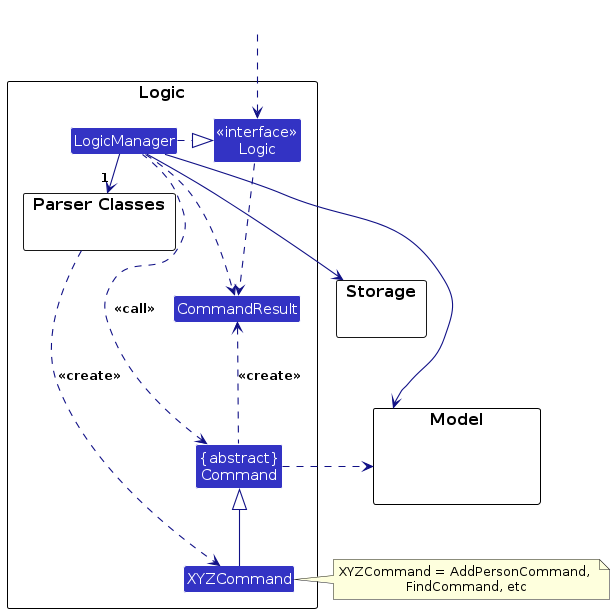
This is diagrams/LogicClassDiagram.png from ram-nush/tp, a PlantUML export, as it was before one commit. Its source is kept beside it as diagrams/LogicClassDiagram.puml.
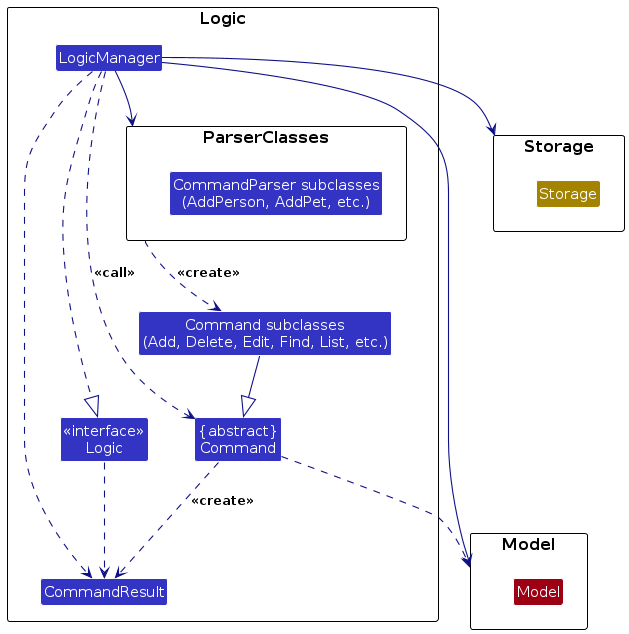
Later version of the same file.

What changed in the source:
```diff
@@ -6,42 +6,36 @@
 
 package Logic as LogicPackage {
 
-package "Parser Classes" as ParserClasses{
+package ParserClasses {
+class CommandParserSubclasses as "CommandParser subclasses\n(AddPerson, AddPet, etc.)"
 }
-Class XYZCommand
-Class CommandResult
-Class "{abstract}\nCommand" as Command
 
+class CommandSubclasses as "Command subclasses\n(Add, Delete, Edit, Find, List, etc.)"
 
-Class "<<interface>>\nLogic" as Logic
-Class LogicManager
+class CommandResult
+class "{abstract}\nCommand" as Command
+class "<<interface>>\nLogic" as Logic
+class LogicManager
 }
 
 package Model {
-Class HiddenModel #FFFFFF
+class Model MODEL_COLOR
 }
 
 package Storage {
+class Storage STORAGE_COLOR
 }
 
-Class HiddenOutside #FFFFFF
-HiddenOutside ..> Logic
-
-LogicManager .right.|> Logic
-LogicManager -right->"1" ParserClasses
-ParserClasses ..> XYZCommand : <<create>>
-
-XYZCommand -up-|> Command
-LogicManager .left.> Command : <<call>>
-
+LogicManager ..|> Logic
+LogicManager --> ParserClasses
+ParserClasses ..> CommandSubclasses : <<create>>
+CommandSubclasses --|> Command
 LogicManager --> Model
 LogicManager --> Storage
-Storage --[hidden] Model
-Command .[hidden]up.> Storage
-Command .right.> Model
-note right of XYZCommand: XYZCommand = AddPersonCommand, \nFindCommand, etc
+Logic ..> CommandResult
+LogicManager ..> CommandResult
+Command ..> CommandResult : <<create>>
+LogicManager ..> Command : <<call>>
+Command ..> Model
 
-Logic ..> CommandResult
-LogicManager .down.> CommandResult
-Command .up.> CommandResult : <<create>>
 @enduml
```
